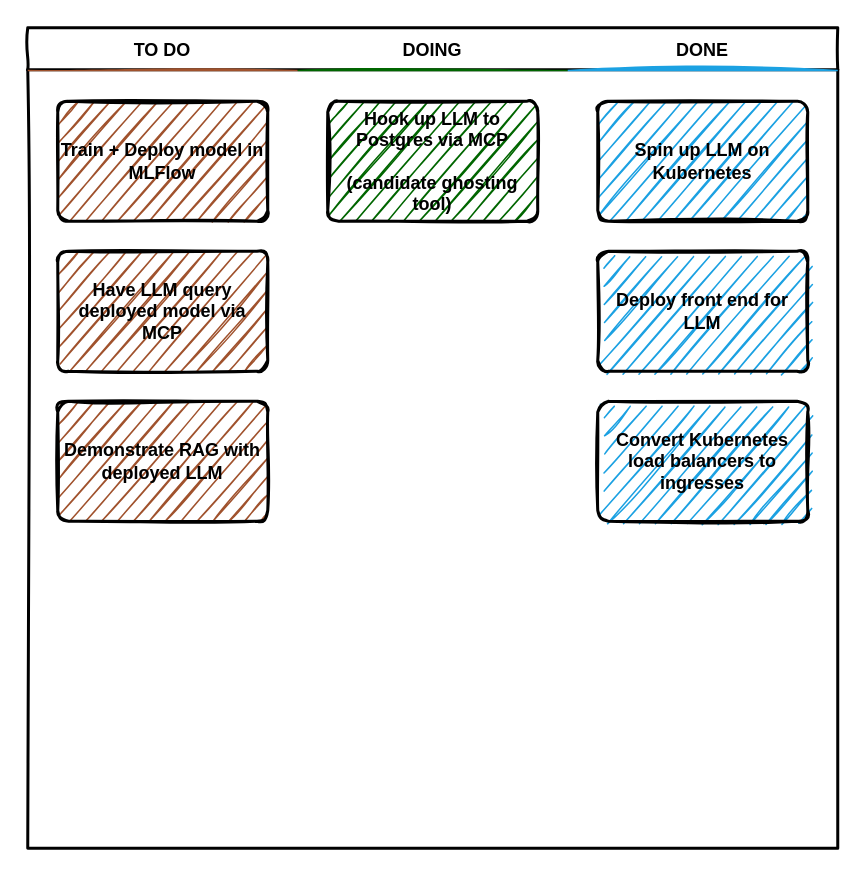
Above: Kanban.drawio in rhprasad0/homelab (draw.io), before the change. Source tidied: cells renumbered, new cells numbered last; positions are measured from the earlier drawing's top-left corner, leaving out a move shared by most shapes. Both pictures are drawn from the tidied source at 150%, with x=0, y=0 at pixel (27, 27).
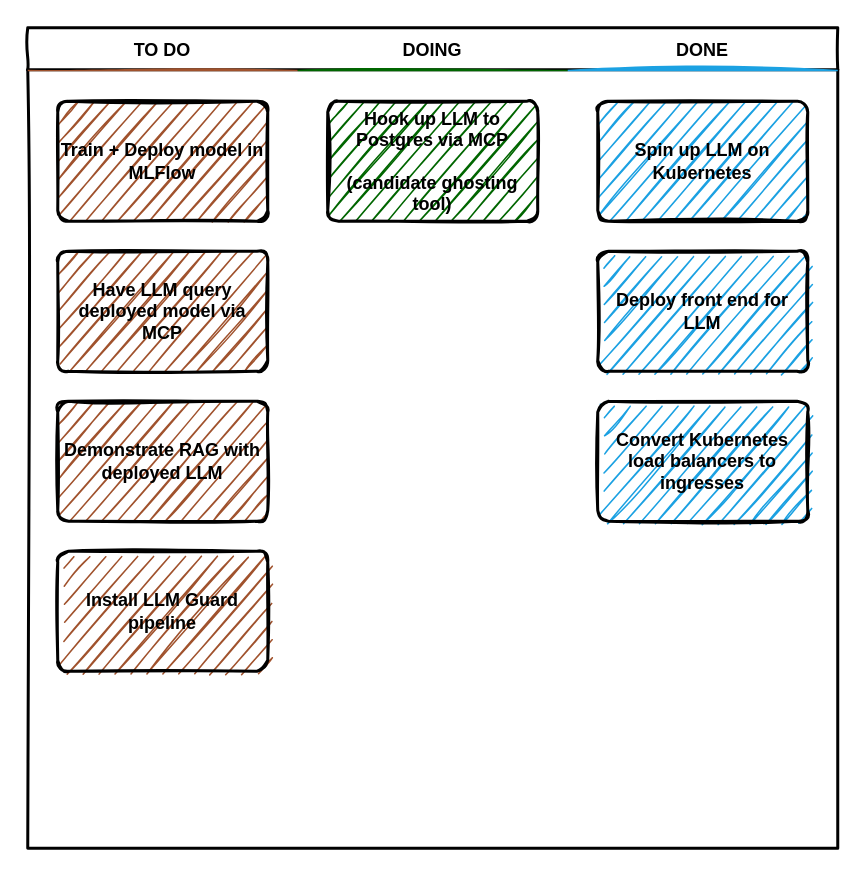
After the change.

The edit, as a diff of the source:
```diff
@@
 <mxGraphModel>
   <root>
     <mxCell id="0" />
     <mxCell id="1" parent="0" />
     <mxCell id="2" style="swimlane;fontStyle=2;horizontal=1;startSize=28;swimlaneFillColor=none;fontFamily=Permanent Marker;fontSize=16;verticalAlign=top;stackBorder=0;strokeWidth=2;sketch=1;disableMultiStroke=1;" parent="1" vertex="1">
       <mxGeometry width="540" height="547" as="geometry" />
     </mxCell>
     <mxCell id="3" value="TO DO" style="swimlane;strokeWidth=2;fontFamily=Permanent Marker;html=0;startSize=1;verticalAlign=bottom;spacingBottom=5;stackBorder=20;sketch=1;strokeColor=none;fillStyle=solid;fillColor=#A0522D;" parent="2" vertex="1">
       <mxGeometry y="28" width="180" height="519" as="geometry" />
     </mxCell>
     <mxCell id="4" value="Train + Deploy model in MLFlow" style="whiteSpace=wrap;html=1;strokeWidth=2;fillColor=swimlane;fontStyle=1;spacingTop=0;rounded=1;arcSize=9;sketch=1;fontFamily=Permanent Marker;hachureGap=8;fillWeight=1;" parent="3" vertex="1">
       <mxGeometry x="20" y="21" width="140" height="80" as="geometry" />
     </mxCell>
     <mxCell id="5" value="&lt;div&gt;Have LLM query deployed model via MCP&lt;/div&gt;" style="whiteSpace=wrap;html=1;strokeWidth=2;fillColor=swimlane;fontStyle=1;spacingTop=0;rounded=1;arcSize=9;sketch=1;fontFamily=Permanent Marker;hachureGap=8;fillWeight=1;" parent="3" vertex="1">
       <mxGeometry x="20" y="121" width="140" height="80" as="geometry" />
     </mxCell>
     <mxCell id="6" value="Demonstrate RAG with deployed LLM" style="whiteSpace=wrap;html=1;strokeWidth=2;fillColor=swimlane;fontStyle=1;spacingTop=0;rounded=1;arcSize=9;sketch=1;fontFamily=Permanent Marker;hachureGap=8;fillWeight=1;" parent="3" vertex="1">
       <mxGeometry x="20" y="221" width="140" height="80" as="geometry" />
     </mxCell>
+    <mxCell id="13" value="Install LLM Guard pipeline" style="whiteSpace=wrap;html=1;strokeWidth=2;fillColor=swimlane;fontStyle=1;spacingTop=0;rounded=1;arcSize=9;sketch=1;fontFamily=Permanent Marker;hachureGap=8;fillWeight=1;" parent="3" vertex="1">
+      <mxGeometry x="20" y="321" width="140" height="80" as="geometry" />
+    </mxCell>
     <mxCell id="7" value="DOING" style="swimlane;strokeWidth=2;fontFamily=Permanent Marker;html=0;startSize=1;verticalAlign=bottom;spacingBottom=5;stackBorder=20;sketch=1;strokeColor=none;fillStyle=solid;fillColor=#006600;" parent="2" vertex="1">
       <mxGeometry x="180" y="28" width="180" height="519" as="geometry" />
     </mxCell>
     <mxCell id="8" value="&lt;div&gt;Hook up LLM to Postgres via MCP&lt;/div&gt;&lt;div&gt;&lt;br&gt;&lt;/div&gt;&lt;div&gt;(candidate ghosting tool)&lt;/div&gt;" style="whiteSpace=wrap;html=1;strokeWidth=2;fillColor=swimlane;fontStyle=1;spacingTop=0;rounded=1;arcSize=9;sketch=1;fontFamily=Permanent Marker;hachureGap=8;fillWeight=1;" parent="7" vertex="1">
       <mxGeometry x="20" y="21" width="140" height="80" as="geometry" />
     </mxCell>
     <mxCell id="9" value="DONE" style="swimlane;strokeWidth=2;fontFamily=Permanent Marker;html=0;startSize=1;verticalAlign=bottom;spacingBottom=5;stackBorder=20;sketch=1;strokeColor=none;fillStyle=solid;fillColor=#1BA1E2;" parent="2" vertex="1">
       <mxGeometry x="360" y="28" width="180" height="519" as="geometry" />
     </mxCell>
     <mxCell id="10" value="Spin up LLM on Kubernetes" style="whiteSpace=wrap;html=1;strokeWidth=2;fillColor=swimlane;fontStyle=1;spacingTop=0;rounded=1;arcSize=9;sketch=1;fontFamily=Permanent Marker;hachureGap=8;fillWeight=1;" parent="9" vertex="1">
       <mxGeometry x="20" y="21" width="140" height="80" as="geometry" />
     </mxCell>
     <mxCell id="11" value="Deploy front end for LLM" style="whiteSpace=wrap;html=1;strokeWidth=2;fillColor=swimlane;fontStyle=1;spacingTop=0;rounded=1;arcSize=9;sketch=1;fontFamily=Permanent Marker;hachureGap=8;fillWeight=1;" parent="9" vertex="1">
       <mxGeometry x="20" y="121" width="140" height="80" as="geometry" />
     </mxCell>
     <mxCell id="12" value="Convert Kubernetes load balancers to ingresses" style="whiteSpace=wrap;html=1;strokeWidth=2;fillColor=swimlane;fontStyle=1;spacingTop=0;rounded=1;arcSize=9;sketch=1;fontFamily=Permanent Marker;hachureGap=8;fillWeight=1;" parent="9" vertex="1">
       <mxGeometry x="20" y="221" width="140" height="80" as="geometry" />
     </mxCell>
   </root>
 </mxGraphModel>
```
